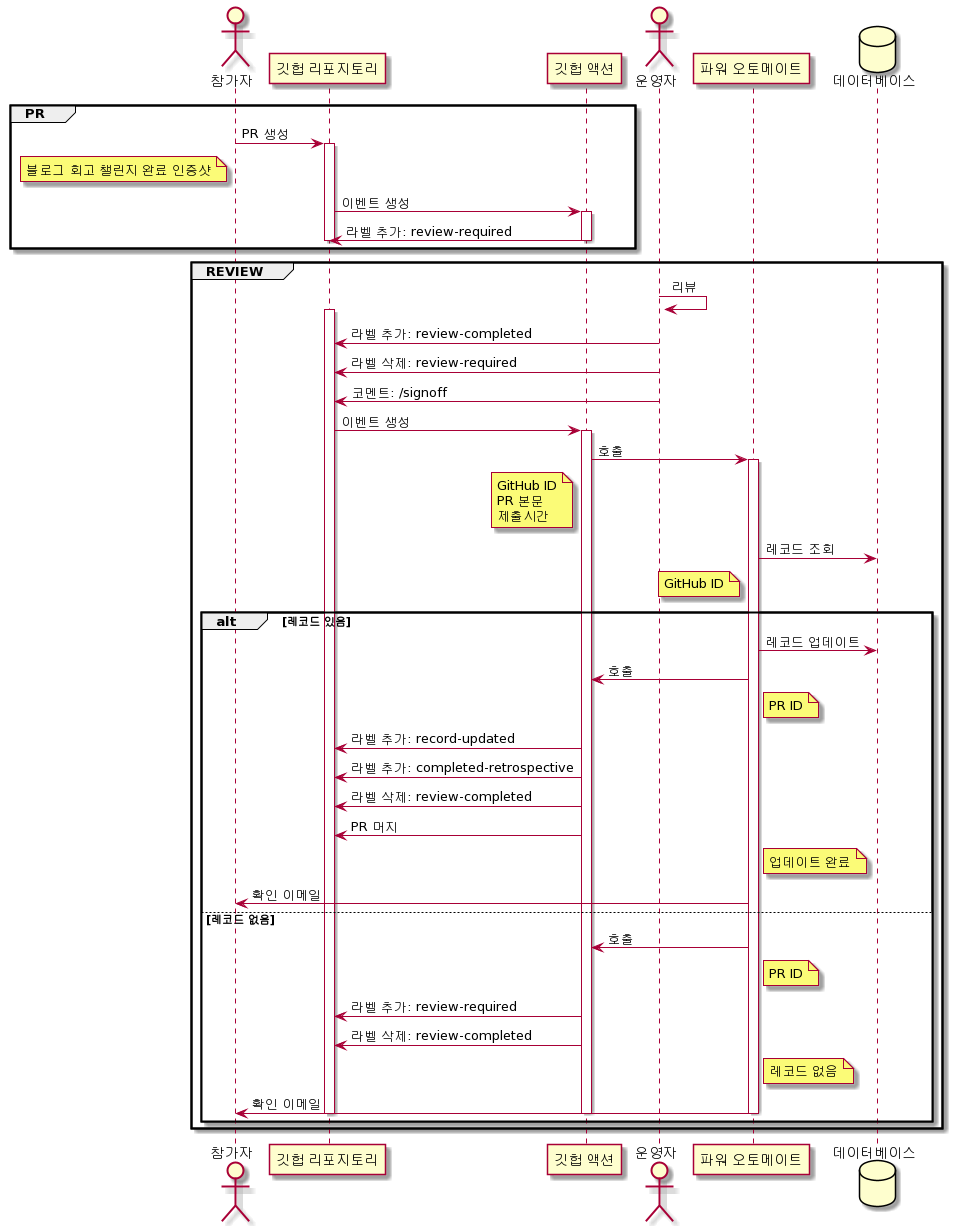
The PlantUML diagram processes/challenge-retro.png in devrel-kr/HackaLearn, before a commit.
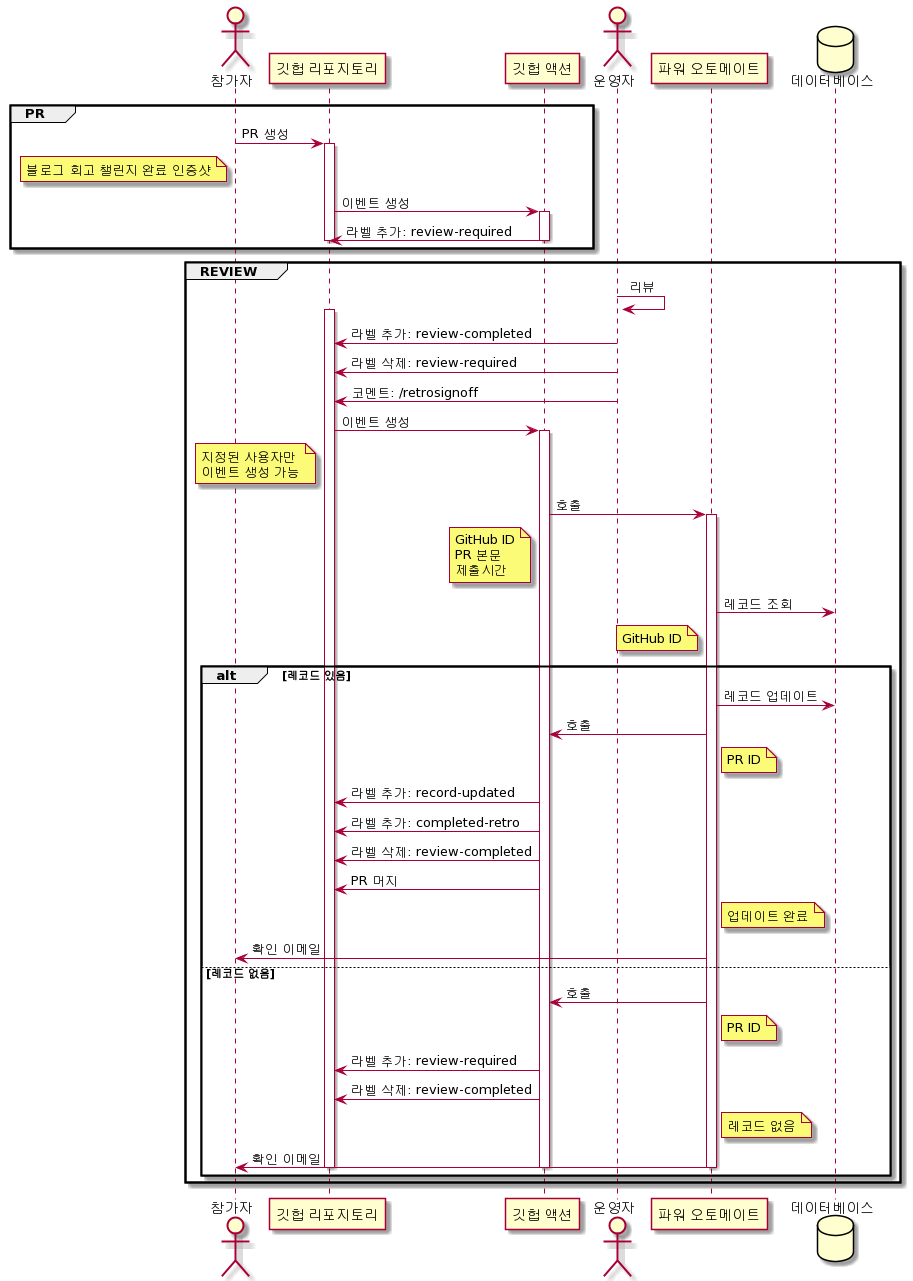
After the change.

Change to the diagram source:
```diff
@@ -26,8 +26,12 @@
     activate REPO
     OP -> REPO: 라벨 추가: review-completed
     OP -> REPO: 라벨 삭제: review-required
-    OP -> REPO: 코멘트: /signoff
+    OP -> REPO: 코멘트: /retrosignoff
     REPO -> GHA: 이벤트 생성
+    note left of REPO
+        지정된 사용자만
+        이벤트 생성 가능
+    end note
 
     activate GHA
     GHA -> PA: 호출
@@ -50,7 +54,7 @@
             PR ID
         end note
         GHA -> REPO: 라벨 추가: record-updated
-        GHA -> REPO: 라벨 추가: completed-retrospective
+        GHA -> REPO: 라벨 추가: completed-retro
         GHA -> REPO: 라벨 삭제: review-completed
         GHA -> REPO: PR 머지
         note right of PA
```
